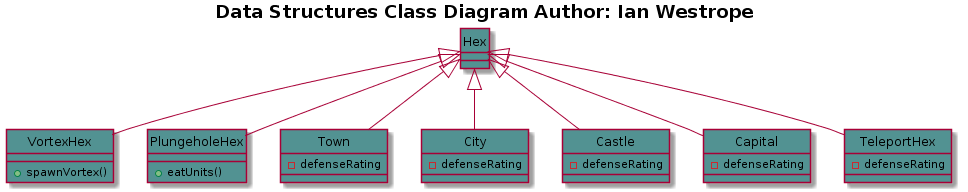
cjeffery/sworsorc keeps this PlantUML diagram as doc/masterClassDiagrams/hex.png. Above is the earlier version.
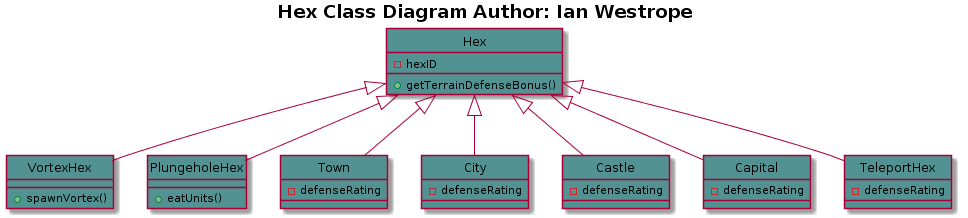
After the commit.

Change to the diagram source:
```diff
@@ -1,8 +1,11 @@
 @startuml
 hide circles
-title <b>Data Structures Class Diagram<b> Author: Ian Westrope
+title <b>Hex Class Diagram<b> Author: Ian Westrope
 
-class Hex #529292
+class Hex #529292 {
+-hexID
++getTerrainDefenseBonus()
+}
 
 class VortexHex #529292 {
 +spawnVortex()
```
